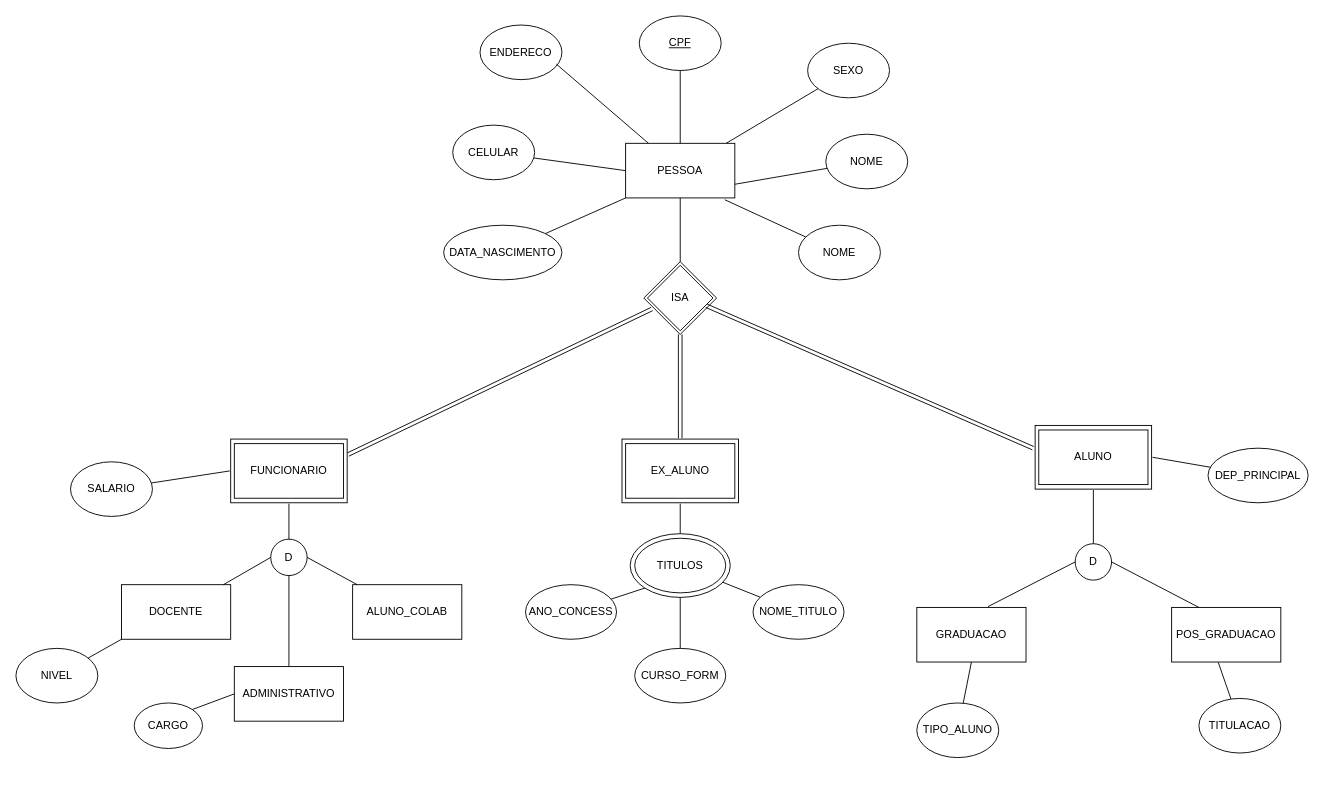
Earlier version of the draw.io diagram models/DiagramaAtv6.drawio (nazaroti/Trabalho-Banco-de-Dados). Source tidied: cells renumbered, new cells numbered last; positions are measured from the earlier drawing's top-left corner, leaving out a move shared by most shapes. Both pictures are drawn from the tidied source at 91%, with x=0, y=0 at pixel (15, 15).
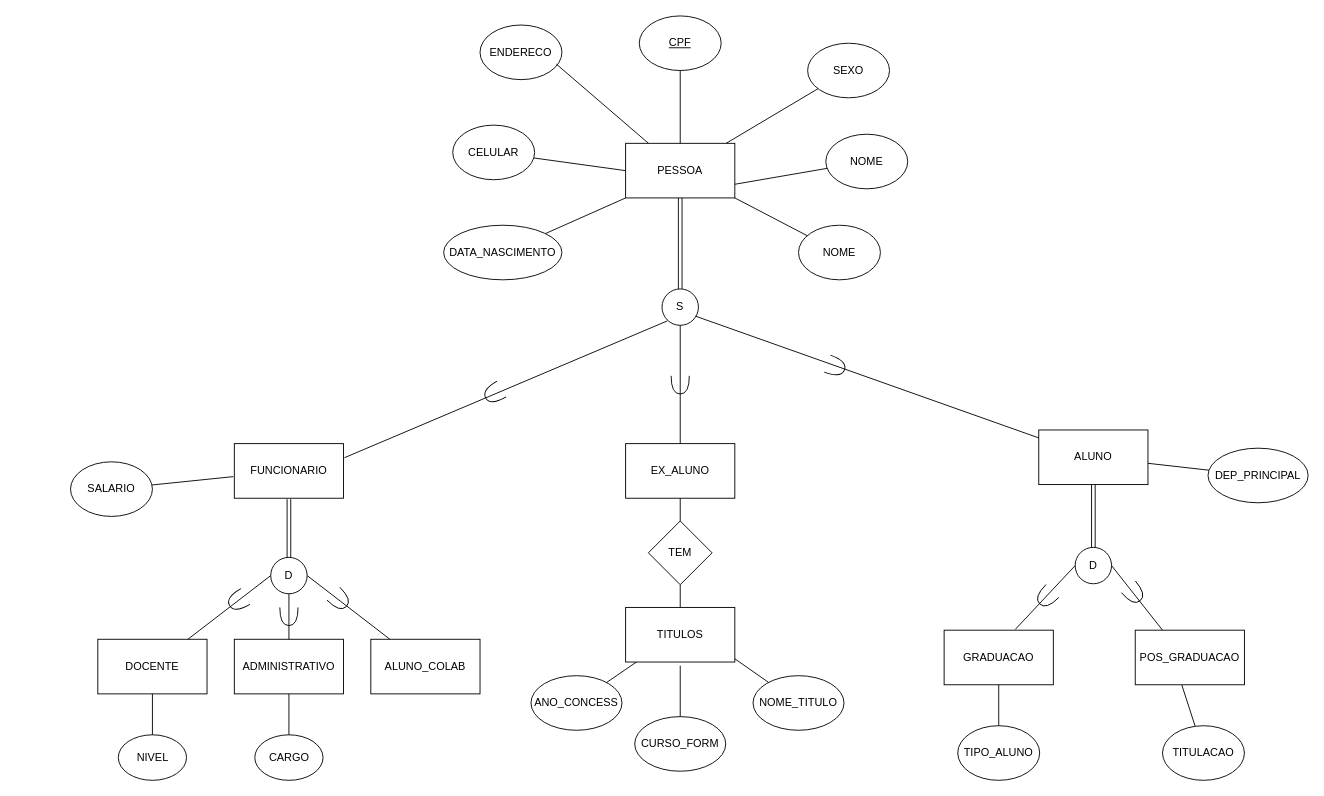
The same page after the edit.

Unchanged cells that the change refers to:
```xml
<mxCell id="2" value="PESSOA" style="rounded=0;whiteSpace=wrap;html=1;" parent="1" vertex="1">
  <mxGeometry x="670" y="140" width="120" height="60" as="geometry" />
</mxCell>
<mxCell id="4" value="NOME" style="ellipse;whiteSpace=wrap;html=1;" parent="1" vertex="1">
  <mxGeometry x="860" y="230" width="90" height="60" as="geometry" />
</mxCell>
<mxCell id="18" value="FUNCIONARIO" style="rounded=0;whiteSpace=wrap;html=1;perimeterSpacing=1;fillStyle=auto;" parent="1" vertex="1">
  <mxGeometry x="240" y="470" width="120" height="60" as="geometry" />
</mxCell>
<mxCell id="23" value="SALARIO" style="ellipse;whiteSpace=wrap;html=1;" parent="1" vertex="1">
  <mxGeometry x="60" y="490" width="90" height="60" as="geometry" />
</mxCell>
<mxCell id="37" value="EX_ALUNO" style="rounded=0;whiteSpace=wrap;html=1;" parent="1" vertex="1">
  <mxGeometry x="670" y="470" width="120" height="60" as="geometry" />
</mxCell>
<mxCell id="46" value="ALUNO" style="rounded=0;whiteSpace=wrap;html=1;" parent="1" vertex="1">
  <mxGeometry x="1124" y="455" width="120" height="60" as="geometry" />
</mxCell>
<mxCell id="47" value="DEP_PRINCIPAL" style="ellipse;whiteSpace=wrap;html=1;" parent="1" vertex="1">
  <mxGeometry x="1310" y="475" width="110" height="60" as="geometry" />
</mxCell>
```

Diff of the diagram source:
```diff
@@
-    <mxCell id="12" style="endArrow=none;html=1;rounded=0;exitX=0.908;exitY=1.033;exitDx=0;exitDy=0;exitPerimeter=0;" parent="1" edge="1" source="2" target="4">
+    <mxCell id="12" style="endArrow=none;html=1;rounded=0;exitX=1;exitY=1;exitDx=0;exitDy=0;" parent="1" edge="1" source="2" target="4">
       <mxGeometry relative="1" as="geometry" />
     </mxCell>
@@
     <mxCell id="17" value="D" style="ellipse;whiteSpace=wrap;html=1;" parent="1" vertex="1">
-      <mxGeometry x="280" y="575" width="40" height="40" as="geometry" />
+      <mxGeometry x="280" y="595" width="40" height="40" as="geometry" />
     </mxCell>
@@
-    <mxCell id="19" value="ISA" style="rhombus;whiteSpace=wrap;html=1;double=1;" parent="1" vertex="1">
-      <mxGeometry x="690" y="270" width="80" height="80" as="geometry" />
-    </mxCell>
-    <mxCell id="20" style="endArrow=none;html=1;rounded=0;entryX=0.5;entryY=1;entryDx=0;entryDy=0;exitX=0.5;exitY=0;exitDx=0;exitDy=0;" parent="1" edge="1" source="19" target="2">
+    <mxCell id="20" style="endArrow=none;html=1;rounded=0;entryX=0.5;entryY=1;entryDx=0;entryDy=0;exitX=0.5;exitY=0;exitDx=0;exitDy=0;shape=link;" parent="1" edge="1" source="63" target="2">
       <mxGeometry relative="1" as="geometry" />
     </mxCell>
-    <mxCell id="21" style="endArrow=none;html=1;rounded=0;entryX=0.111;entryY=0.651;entryDx=0;entryDy=0;shape=link;exitX=1;exitY=0.25;exitDx=0;exitDy=0;entryPerimeter=0;" parent="1" edge="1" source="22" target="19">
-      <mxGeometry relative="1" as="geometry" />
-    </mxCell>
-    <mxCell id="22" style="rounded=0;whiteSpace=wrap;html=1;perimeterSpacing=1;fillStyle=auto;fillColor=none;" parent="1" vertex="1">
-      <mxGeometry x="236" y="465" width="128" height="70" as="geometry" />
-    </mxCell>
@@
-    <mxCell id="24" style="endArrow=none;html=1;rounded=0;exitX=0;exitY=0.5;exitDx=0;exitDy=0;" parent="1" edge="1" source="22" target="23">
+    <mxCell id="24" style="endArrow=none;html=1;rounded=0;" parent="1" edge="1" source="18" target="23">
       <mxGeometry relative="1" as="geometry" />
     </mxCell>
-    <mxCell id="25" style="endArrow=none;html=1;rounded=0;entryX=0.5;entryY=1;entryDx=0;entryDy=0;" parent="1" edge="1" source="17" target="22">
+    <mxCell id="25" style="endArrow=none;html=1;rounded=0;shape=link;" parent="1" edge="1" source="17" target="18">
       <mxGeometry relative="1" as="geometry" />
     </mxCell>
     <mxCell id="26" value="DOCENTE" style="rounded=0;whiteSpace=wrap;html=1;strokeColor=default;align=center;verticalAlign=middle;fontFamily=Helvetica;fontSize=12;fontColor=default;fillColor=default;" parent="1" vertex="1">
-      <mxGeometry x="116" y="625" width="120" height="60" as="geometry" />
+      <mxGeometry x="90" y="685" width="120" height="60" as="geometry" />
     </mxCell>
     <mxCell id="27" value="ADMINISTRATIVO" style="rounded=0;whiteSpace=wrap;html=1;strokeColor=default;align=center;verticalAlign=middle;fontFamily=Helvetica;fontSize=12;fontColor=default;fillColor=default;" parent="1" vertex="1">
-      <mxGeometry x="240" y="715" width="120" height="60" as="geometry" />
+      <mxGeometry x="240" y="685" width="120" height="60" as="geometry" />
     </mxCell>
     <mxCell id="28" value="ALUNO_COLAB" style="rounded=0;whiteSpace=wrap;html=1;strokeColor=default;align=center;verticalAlign=middle;fontFamily=Helvetica;fontSize=12;fontColor=default;fillColor=default;" parent="1" vertex="1">
-      <mxGeometry x="370" y="625" width="120" height="60" as="geometry" />
+      <mxGeometry x="390" y="685" width="120" height="60" as="geometry" />
     </mxCell>
@@
     <mxCell id="32" value="NIVEL" style="ellipse;whiteSpace=wrap;html=1;" parent="1" vertex="1">
-      <mxGeometry y="695" width="90" height="60" as="geometry" />
+      <mxGeometry x="112.5" y="790" width="75" height="50" as="geometry" />
     </mxCell>
-    <mxCell id="33" style="endArrow=none;html=1;rounded=0;entryX=0;entryY=1;entryDx=0;entryDy=0;" parent="1" edge="1" source="32" target="26">
+    <mxCell id="33" style="endArrow=none;html=1;rounded=0;entryX=0.5;entryY=1;entryDx=0;entryDy=0;" parent="1" edge="1" source="32" target="26">
       <mxGeometry relative="1" as="geometry" />
     </mxCell>
     <mxCell id="34" value="CARGO" style="ellipse;whiteSpace=wrap;html=1;" parent="1" vertex="1">
-      <mxGeometry x="130" y="755" width="75" height="50" as="geometry" />
+      <mxGeometry x="262.5" y="790" width="75" height="50" as="geometry" />
     </mxCell>
-    <mxCell id="35" style="endArrow=none;html=1;rounded=0;entryX=0;entryY=0.5;entryDx=0;entryDy=0;exitX=1;exitY=0;exitDx=0;exitDy=0;" parent="1" edge="1" source="34" target="27">
+    <mxCell id="35" style="endArrow=none;html=1;rounded=0;entryX=0.5;entryY=1;entryDx=0;entryDy=0;exitX=0.5;exitY=0;exitDx=0;exitDy=0;" parent="1" edge="1" source="34" target="27">
       <mxGeometry relative="1" as="geometry" />
     </mxCell>
-    <mxCell id="36" style="rounded=0;whiteSpace=wrap;html=1;perimeterSpacing=1;fillStyle=auto;fillColor=none;" parent="1" vertex="1">
-      <mxGeometry x="666" y="465" width="128" height="70" as="geometry" />
-    </mxCell>
@@
-    <mxCell id="38" style="endArrow=none;html=1;rounded=0;entryX=0.5;entryY=1;entryDx=0;entryDy=0;shape=link;exitX=0.5;exitY=0;exitDx=0;exitDy=0;" parent="1" edge="1" source="36" target="19">
-      <mxGeometry relative="1" as="geometry" />
-    </mxCell>
     <mxCell id="39" value="NOME_TITULO" style="ellipse;whiteSpace=wrap;html=1;" parent="1" vertex="1">
-      <mxGeometry x="810" y="625" width="100" height="60" as="geometry" />
+      <mxGeometry x="810" y="725" width="100" height="60" as="geometry" />
     </mxCell>
     <mxCell id="40" value="ANO_CONCESS" style="ellipse;whiteSpace=wrap;html=1;" parent="1" vertex="1">
-      <mxGeometry x="560" y="625" width="100" height="60" as="geometry" />
+      <mxGeometry x="566" y="725" width="100" height="60" as="geometry" />
     </mxCell>
     <mxCell id="41" value="CURSO_FORM" style="ellipse;whiteSpace=wrap;html=1;" parent="1" vertex="1">
-      <mxGeometry x="680" y="695" width="100" height="60" as="geometry" />
+      <mxGeometry x="680" y="770" width="100" height="60" as="geometry" />
     </mxCell>
-    <mxCell id="42" style="endArrow=none;html=1;rounded=0;entryX=0;entryY=1;entryDx=0;entryDy=0;" parent="1" edge="1" source="40" target="58">
-      <mxGeometry relative="1" as="geometry" />
+    <mxCell id="42" style="endArrow=none;html=1;rounded=0;entryX=0;entryY=1;entryDx=0;entryDy=0;" parent="1" edge="1" source="40">
+      <mxGeometry relative="1" as="geometry">
+        <mxPoint x="691.1" y="703.7" as="targetPoint" />
+      </mxGeometry>
     </mxCell>
-    <mxCell id="43" style="endArrow=none;html=1;rounded=0;exitX=0.5;exitY=0;exitDx=0;exitDy=0;entryX=0.5;entryY=1;entryDx=0;entryDy=0;" parent="1" edge="1" source="58" target="36">
+    <mxCell id="43" style="endArrow=none;html=1;rounded=0;exitX=0.5;exitY=0;exitDx=0;exitDy=0;entryX=0.5;entryY=1;entryDx=0;entryDy=0;" parent="1" edge="1" source="67" target="37">
       <mxGeometry relative="1" as="geometry" />
     </mxCell>
-    <mxCell id="44" style="endArrow=none;html=1;rounded=0;" parent="1" edge="1" source="39" target="58">
-      <mxGeometry relative="1" as="geometry" />
+    <mxCell id="44" style="endArrow=none;html=1;rounded=0;" parent="1" edge="1" source="39">
+      <mxGeometry relative="1" as="geometry">
+        <mxPoint x="776.9" y="697.3" as="targetPoint" />
+      </mxGeometry>
     </mxCell>
-    <mxCell id="45" style="rounded=0;whiteSpace=wrap;html=1;perimeterSpacing=1;fillStyle=auto;fillColor=none;" parent="1" vertex="1">
-      <mxGeometry x="1120" y="450" width="128" height="70" as="geometry" />
-    </mxCell>
@@
-    <mxCell id="48" style="endArrow=none;html=1;rounded=0;entryX=-0.01;entryY=0.361;entryDx=0;entryDy=0;shape=link;exitX=0.861;exitY=0.607;exitDx=0;exitDy=0;entryPerimeter=0;exitPerimeter=0;" parent="1" edge="1" source="19" target="45">
-      <mxGeometry relative="1" as="geometry" />
-    </mxCell>
-    <mxCell id="49" style="endArrow=none;html=1;rounded=0;entryX=1;entryY=0.5;entryDx=0;entryDy=0;" parent="1" edge="1" source="47" target="45">
+    <mxCell id="49" style="endArrow=none;html=1;rounded=0;" parent="1" edge="1" source="47" target="46">
       <mxGeometry relative="1" as="geometry" />
     </mxCell>
     <mxCell id="50" value="D" style="ellipse;whiteSpace=wrap;html=1;strokeColor=default;align=center;verticalAlign=middle;fontFamily=Helvetica;fontSize=12;fontColor=default;fillColor=default;" parent="1" vertex="1">
-      <mxGeometry x="1164" y="580" width="40" height="40" as="geometry" />
+      <mxGeometry x="1164" y="584" width="40" height="40" as="geometry" />
     </mxCell>
-    <mxCell id="51" style="endArrow=none;html=1;rounded=0;entryX=0.5;entryY=1;entryDx=0;entryDy=0;" parent="1" edge="1" source="50" target="45">
+    <mxCell id="51" style="endArrow=none;html=1;rounded=0;shape=link;" parent="1" edge="1" source="50" target="46">
       <mxGeometry relative="1" as="geometry" />
     </mxCell>
     <mxCell id="52" value="GRADUACAO" style="rounded=0;whiteSpace=wrap;html=1;strokeColor=default;align=center;verticalAlign=middle;fontFamily=Helvetica;fontSize=12;fontColor=default;fillColor=default;" parent="1" vertex="1">
-      <mxGeometry x="990" y="650" width="120" height="60" as="geometry" />
+      <mxGeometry x="1020" y="675" width="120" height="60" as="geometry" />
     </mxCell>
     <mxCell id="53" value="POS_GRADUACAO" style="rounded=0;whiteSpace=wrap;html=1;strokeColor=default;align=center;verticalAlign=middle;fontFamily=Helvetica;fontSize=12;fontColor=default;fillColor=default;" parent="1" vertex="1">
-      <mxGeometry x="1270" y="650" width="120" height="60" as="geometry" />
+      <mxGeometry x="1230" y="675" width="120" height="60" as="geometry" />
     </mxCell>
@@
-    <mxCell id="56" style="endArrow=none;html=1;rounded=0;exitX=0.5;exitY=0;exitDx=0;exitDy=0;entryX=0.5;entryY=1;entryDx=0;entryDy=0;" parent="1" edge="1" source="41" target="58">
-      <mxGeometry relative="1" as="geometry" />
+    <mxCell id="56" style="endArrow=none;html=1;rounded=0;exitX=0.5;exitY=0;exitDx=0;exitDy=0;entryX=0.5;entryY=1;entryDx=0;entryDy=0;" parent="1" edge="1" source="41">
+      <mxGeometry relative="1" as="geometry">
+        <mxPoint x="730" y="714" as="targetPoint" />
+      </mxGeometry>
     </mxCell>
-    <mxCell id="57" value="TITULOS" style="ellipse;whiteSpace=wrap;html=1;" parent="1" vertex="1">
-      <mxGeometry x="680" y="574" width="100" height="60" as="geometry" />
-    </mxCell>
-    <mxCell id="58" style="ellipse;whiteSpace=wrap;html=1;align=center;verticalAlign=middle;fontFamily=Helvetica;fontSize=12;fillColor=none;" parent="1" vertex="1">
-      <mxGeometry x="675" y="569" width="110" height="70" as="geometry" />
-    </mxCell>
     <mxCell id="59" value="TITULACAO" style="ellipse;whiteSpace=wrap;html=1;" parent="1" vertex="1">
-      <mxGeometry x="1300" y="750" width="90" height="60" as="geometry" />
+      <mxGeometry x="1260" y="780" width="90" height="60" as="geometry" />
     </mxCell>
     <mxCell id="60" value="TIPO_ALUNO" style="ellipse;whiteSpace=wrap;html=1;" parent="1" vertex="1">
-      <mxGeometry x="990" y="755" width="90" height="60" as="geometry" />
+      <mxGeometry x="1035" y="780" width="90" height="60" as="geometry" />
     </mxCell>
@@
+    <mxCell id="63" value="S" style="ellipse;whiteSpace=wrap;html=1;strokeColor=default;align=center;verticalAlign=middle;fontFamily=Helvetica;fontSize=12;fontColor=default;fillColor=default;" parent="1" vertex="1">
+      <mxGeometry x="710" y="300" width="40" height="40" as="geometry" />
+    </mxCell>
+    <mxCell id="64" style="endArrow=none;html=1;rounded=0;fontFamily=Helvetica;fontSize=12;fontColor=default;exitX=0.925;exitY=0.75;exitDx=0;exitDy=0;exitPerimeter=0;" parent="1" edge="1" source="63" target="46">
+      <mxGeometry relative="1" as="geometry" />
+    </mxCell>
+    <mxCell id="65" style="endArrow=none;html=1;rounded=0;fontFamily=Helvetica;fontSize=12;fontColor=default;exitX=0.5;exitY=1;exitDx=0;exitDy=0;entryX=0.5;entryY=0;entryDx=0;entryDy=0;" parent="1" edge="1" source="63" target="37">
+      <mxGeometry relative="1" as="geometry" />
+    </mxCell>
+    <mxCell id="66" style="endArrow=none;html=1;rounded=0;fontFamily=Helvetica;fontSize=12;fontColor=default;exitX=0;exitY=1;exitDx=0;exitDy=0;entryX=1;entryY=0.25;entryDx=0;entryDy=0;" parent="1" edge="1">
+      <mxGeometry relative="1" as="geometry">
+        <mxPoint x="715.9" y="335.1" as="sourcePoint" />
+        <mxPoint x="361" y="485.5" as="targetPoint" />
+      </mxGeometry>
+    </mxCell>
+    <mxCell id="57" value="TITULOS" style="rounded=0;whiteSpace=wrap;html=1;strokeColor=default;align=center;verticalAlign=middle;fontFamily=Helvetica;fontSize=12;fontColor=default;fillColor=default;" parent="1" vertex="1">
+      <mxGeometry x="670" y="650" width="120" height="60" as="geometry" />
+    </mxCell>
+    <mxCell id="67" value="TEM" style="rhombus;whiteSpace=wrap;html=1;strokeColor=default;align=center;verticalAlign=middle;fontFamily=Helvetica;fontSize=12;fontColor=default;fillColor=default;" parent="1" vertex="1">
+      <mxGeometry x="695" y="555" width="70" height="70" as="geometry" />
+    </mxCell>
+    <mxCell id="68" style="endArrow=none;html=1;rounded=0;fontFamily=Helvetica;fontSize=12;fontColor=default;entryX=0.5;entryY=1;entryDx=0;entryDy=0;exitX=0.5;exitY=0;exitDx=0;exitDy=0;" parent="1" edge="1" source="57" target="67">
+      <mxGeometry relative="1" as="geometry" />
+    </mxCell>
+    <mxCell id="69" style="shape=requiredInterface;html=1;verticalLabelPosition=bottom;sketch=0;strokeColor=default;align=center;verticalAlign=middle;fontFamily=Helvetica;fontSize=12;fontColor=default;fillColor=default;rotation=20;" parent="1" vertex="1">
+      <mxGeometry x="891.1" y="375.5" width="20" height="20" as="geometry" />
+    </mxCell>
+    <mxCell id="70" style="shape=requiredInterface;html=1;verticalLabelPosition=bottom;sketch=0;strokeColor=default;align=center;verticalAlign=middle;fontFamily=Helvetica;fontSize=12;fontColor=default;fillColor=default;rotation=90;" parent="1" vertex="1">
+      <mxGeometry x="720" y="395.5" width="20" height="20" as="geometry" />
+    </mxCell>
+    <mxCell id="71" style="shape=requiredInterface;html=1;verticalLabelPosition=bottom;sketch=0;strokeColor=default;align=center;verticalAlign=middle;fontFamily=Helvetica;fontSize=12;fontColor=default;fillColor=default;rotation=-210;" parent="1" vertex="1">
+      <mxGeometry x="515" y="405" width="20" height="20" as="geometry" />
+    </mxCell>
+    <mxCell id="72" style="shape=requiredInterface;html=1;verticalLabelPosition=bottom;sketch=0;strokeColor=default;align=center;verticalAlign=middle;fontFamily=Helvetica;fontSize=12;fontColor=default;fillColor=default;rotation=45;" parent="1" vertex="1">
+      <mxGeometry x="346" y="632" width="20" height="20" as="geometry" />
+    </mxCell>
+    <mxCell id="73" style="shape=requiredInterface;html=1;verticalLabelPosition=bottom;sketch=0;strokeColor=default;align=center;verticalAlign=middle;fontFamily=Helvetica;fontSize=12;fontColor=default;fillColor=default;rotation=90;" parent="1" vertex="1">
+      <mxGeometry x="290" y="650" width="20" height="20" as="geometry" />
+    </mxCell>
+    <mxCell id="74" style="shape=requiredInterface;html=1;verticalLabelPosition=bottom;sketch=0;strokeColor=default;align=center;verticalAlign=middle;fontFamily=Helvetica;fontSize=12;fontColor=default;fillColor=default;rotation=-210;" parent="1" vertex="1">
+      <mxGeometry x="233.5" y="633" width="20" height="20" as="geometry" />
+    </mxCell>
+    <mxCell id="75" style="shape=requiredInterface;html=1;verticalLabelPosition=bottom;sketch=0;strokeColor=default;align=center;verticalAlign=middle;fontFamily=Helvetica;fontSize=12;fontColor=default;fillColor=default;rotation=135;" parent="1" vertex="1">
+      <mxGeometry x="1122" y="629" width="20" height="20" as="geometry" />
+    </mxCell>
+    <mxCell id="76" style="shape=requiredInterface;html=1;verticalLabelPosition=bottom;sketch=0;strokeColor=default;align=center;verticalAlign=middle;fontFamily=Helvetica;fontSize=12;fontColor=default;fillColor=default;rotation=50;" parent="1" vertex="1">
+      <mxGeometry x="1219" y="625" width="20" height="20" as="geometry" />
+    </mxCell>
```
